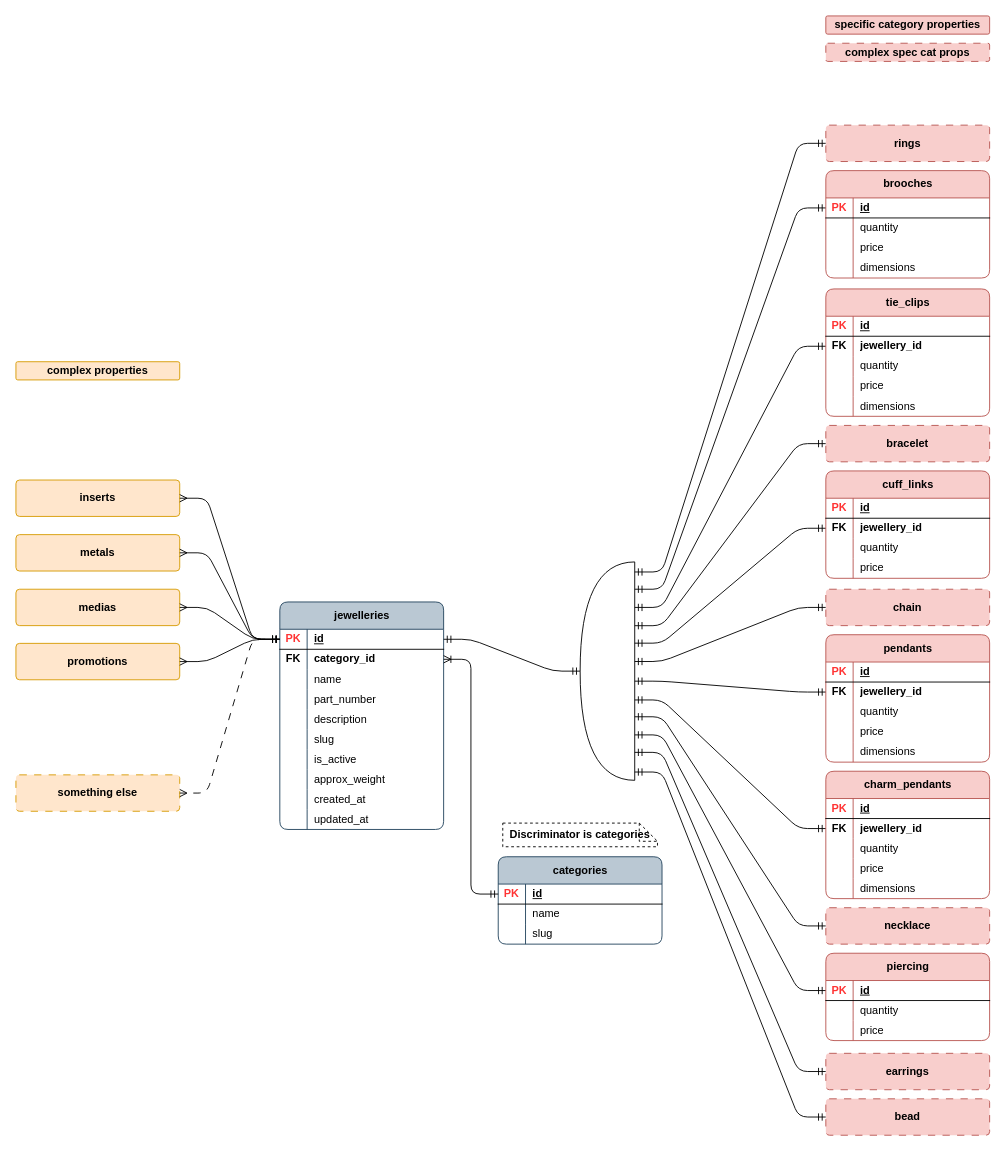
Earlier version of the draw.io diagram page "psql_jewellery" (1 of 14) of publisher/laravel-app/psql_jewellery_items.drawio (Local-development-environment/msg-brokers-publisher-consumer). Source tidied: cells renumbered, new cells numbered last; positions are measured from the earlier drawing's top-left corner, leaving out a move shared by most shapes. Both pictures are drawn from the tidied source at 91%, with x=0, y=0 at pixel (15, 15).
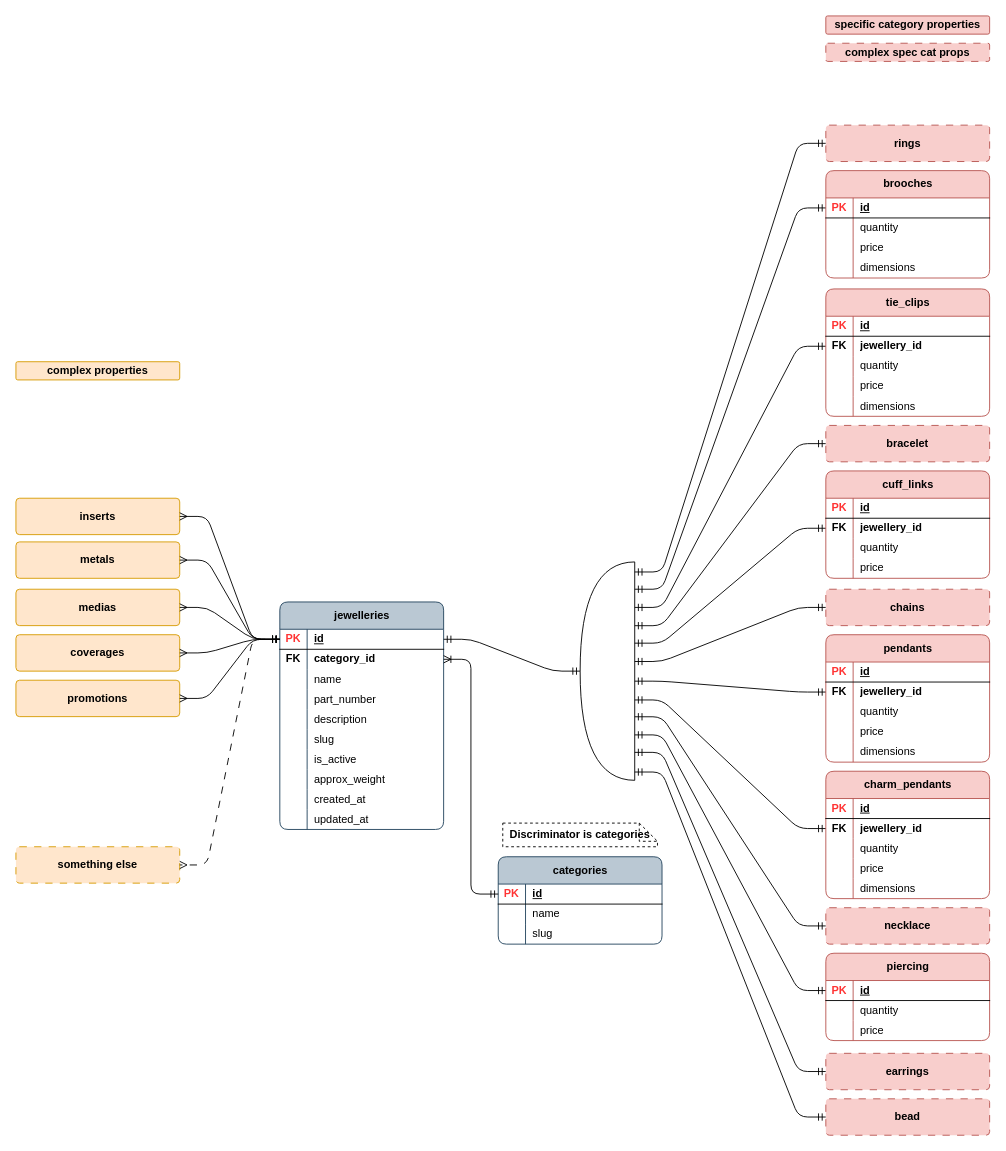
After the change.

The change refers to these unchanged cells:
```xml
<mxCell id="3" style="shape=tableRow;horizontal=0;startSize=0;swimlaneHead=0;swimlaneBody=0;fillColor=none;points=[[0,0.5],[1,0.5]];portConstraint=eastwest;top=0;left=0;right=0;bottom=1;rounded=1;" parent="2" vertex="1">
  <mxGeometry y="30" width="180" height="22" as="geometry" />
</mxCell>
```

What changed in the source:
```diff
@@
-    <mxCell id="102" value="&lt;b&gt;chain&lt;/b&gt;" style="rounded=1;arcSize=10;whiteSpace=wrap;html=1;align=center;fillColor=#f8cecc;strokeColor=#b85450;dashed=1;dashPattern=8 8;" parent="1" vertex="1">
+    <mxCell id="102" value="&lt;b&gt;chains&lt;/b&gt;" style="rounded=1;arcSize=10;whiteSpace=wrap;html=1;align=center;fillColor=#f8cecc;strokeColor=#b85450;dashed=1;dashPattern=8 8;" parent="1" vertex="1">
       <mxGeometry x="890" y="630" width="180" height="40" as="geometry" />
     </mxCell>
@@
     <mxCell id="149" value="&lt;b&gt;inserts&lt;/b&gt;" style="rounded=1;arcSize=10;whiteSpace=wrap;html=1;align=center;strokeColor=#d79b00;fillColor=#ffe6cc;" parent="1" vertex="1">
-      <mxGeometry y="510" width="180" height="40" as="geometry" />
+      <mxGeometry y="530" width="180" height="40" as="geometry" />
     </mxCell>
@@
     <mxCell id="151" value="&lt;b&gt;metals&lt;/b&gt;" style="rounded=1;arcSize=10;whiteSpace=wrap;html=1;align=center;strokeColor=#d79b00;fillColor=#ffe6cc;" parent="1" vertex="1">
-      <mxGeometry y="570" width="180" height="40" as="geometry" />
+      <mxGeometry y="578" width="180" height="40" as="geometry" />
     </mxCell>
@@
     <mxCell id="155" value="&lt;b&gt;promotions&lt;/b&gt;" style="rounded=1;arcSize=10;whiteSpace=wrap;html=1;align=center;strokeColor=#d79b00;fillColor=#ffe6cc;" parent="1" vertex="1">
-      <mxGeometry y="689.5" width="180" height="40" as="geometry" />
+      <mxGeometry y="730" width="180" height="40" as="geometry" />
     </mxCell>
@@
     <mxCell id="157" value="&lt;b&gt;something else&lt;/b&gt;" style="rounded=1;arcSize=10;whiteSpace=wrap;html=1;align=center;dashed=1;dashPattern=8 8;strokeColor=#d79b00;fillColor=#ffe6cc;" parent="1" vertex="1">
-      <mxGeometry y="834" width="180" height="40" as="geometry" />
+      <mxGeometry y="913" width="180" height="40" as="geometry" />
     </mxCell>
@@
+    <mxCell id="162" value="&lt;b&gt;coverages&lt;/b&gt;" style="rounded=1;arcSize=10;whiteSpace=wrap;html=1;align=center;strokeColor=#d79b00;fillColor=#ffe6cc;" parent="1" vertex="1">
+      <mxGeometry y="680" width="180" height="40" as="geometry" />
+    </mxCell>
+    <mxCell id="163" style="edgeStyle=entityRelationEdgeStyle;fontSize=12;html=1;endArrow=ERmany;rounded=1;curved=0;entryX=1;entryY=0.5;entryDx=0;entryDy=0;startArrow=ERmandOne;startFill=0;exitX=0;exitY=0.5;exitDx=0;exitDy=0;" parent="1" edge="1" source="3" target="162">
+      <mxGeometry relative="1" as="geometry" />
+    </mxCell>
```
